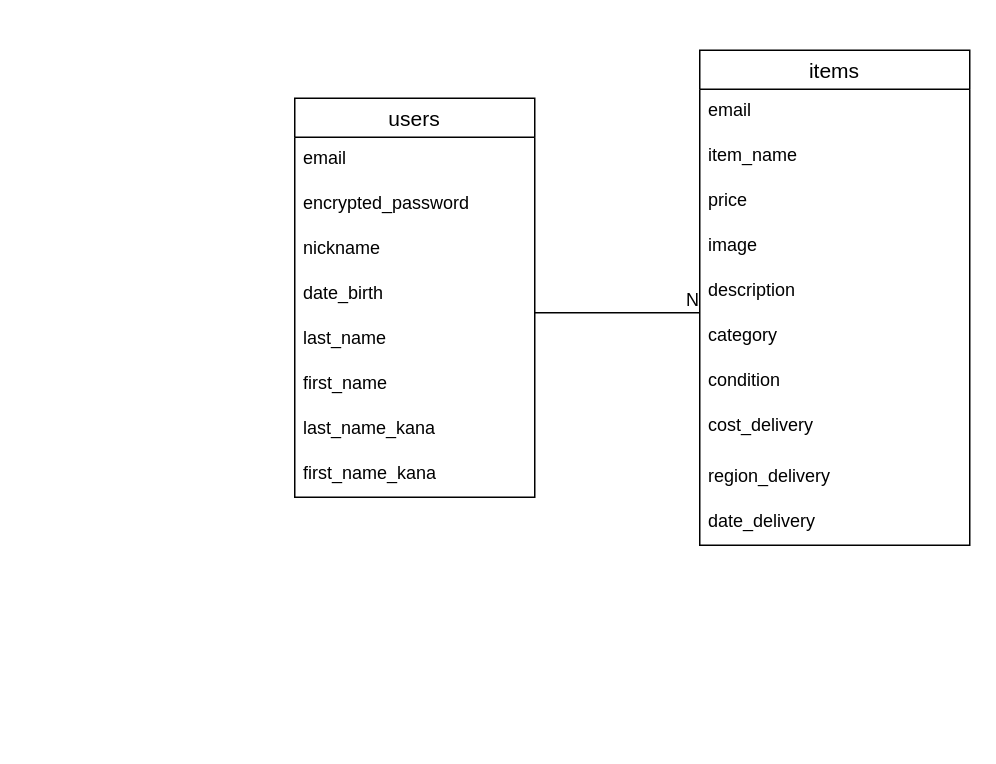
anrlll/furima keeps this draw.io diagram as frima.dio. Above is the earlier version. Source tidied: cells renumbered, new cells numbered last; positions are measured from the earlier drawing's top-left corner, leaving out a move shared by most shapes. Both pictures are drawn from the tidied source at 150%, with x=0, y=0 at pixel (294, 50).
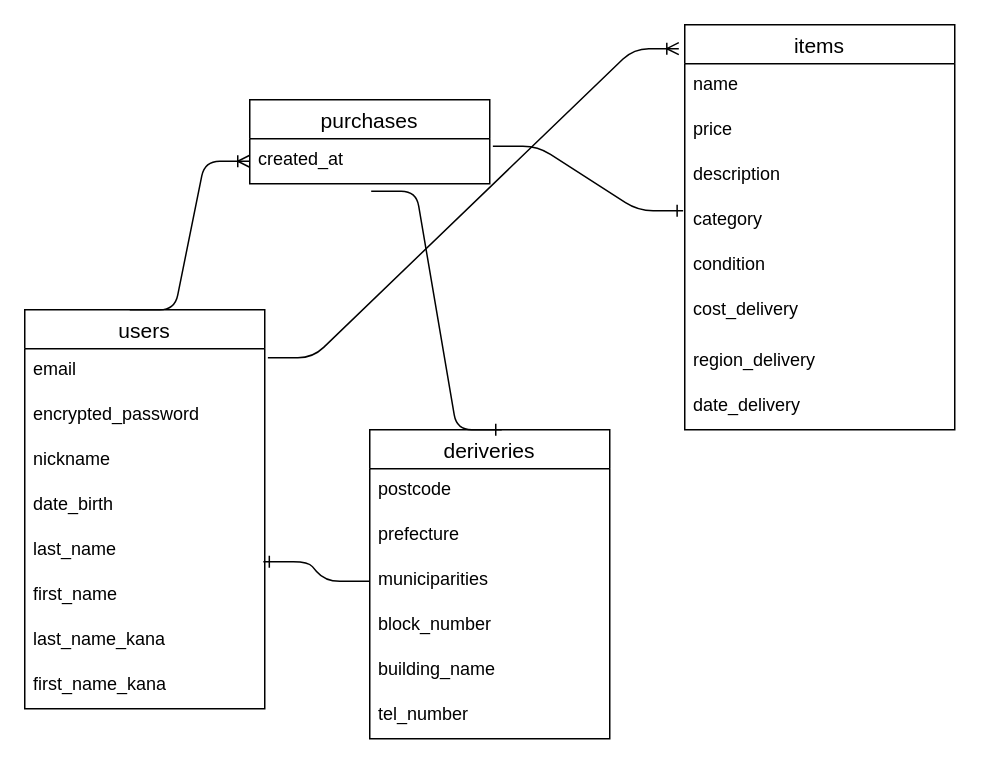
Above is the later version.

The change refers to these unchanged cells:
```xml
<mxCell id="3" value="email" style="text;strokeColor=none;fillColor=none;spacingLeft=4;spacingRight=4;overflow=hidden;points=[[0,0.5],[1,0.5]];portConstraint=eastwest;fontSize=12;" parent="2" vertex="1">
  <mxGeometry y="26" width="160" height="30" as="geometry" />
</mxCell>
<mxCell id="7" value="last_name" style="text;strokeColor=none;fillColor=none;spacingLeft=4;spacingRight=4;overflow=hidden;points=[[0,0.5],[1,0.5]];portConstraint=eastwest;fontSize=12;" parent="2" vertex="1">
  <mxGeometry y="146" width="160" height="30" as="geometry" />
</mxCell>
```

Change to the diagram source:
```diff
@@
     <mxCell id="2" value="users" style="swimlane;fontStyle=0;horizontal=1;startSize=26;align=center;fontSize=14;" parent="1" vertex="1">
-      <mxGeometry y="32" width="160" height="266" as="geometry" />
+      <mxGeometry x="-180" y="173" width="160" height="266" as="geometry" />
     </mxCell>
@@
     <mxCell id="11" value="items" style="swimlane;fontStyle=0;horizontal=1;startSize=26;align=center;fontSize=14;" parent="1" vertex="1">
-      <mxGeometry x="270" width="180" height="330" as="geometry" />
+      <mxGeometry x="260" y="-17" width="180" height="270" as="geometry" />
     </mxCell>
-    <mxCell id="12" value="email" style="text;strokeColor=none;fillColor=none;spacingLeft=4;spacingRight=4;overflow=hidden;fontSize=12;" parent="11" vertex="1">
+    <mxCell id="12" value="name" style="text;strokeColor=none;fillColor=none;spacingLeft=4;spacingRight=4;overflow=hidden;fontSize=12;" parent="11" vertex="1">
       <mxGeometry y="26" width="180" height="30" as="geometry" />
     </mxCell>
-    <mxCell id="13" value="item_name" style="text;strokeColor=none;fillColor=none;spacingLeft=4;spacingRight=4;overflow=hidden;fontSize=12;" parent="11" vertex="1">
-      <mxGeometry y="56" width="180" height="30" as="geometry" />
-    </mxCell>
     <mxCell id="14" value="price" style="text;strokeColor=none;fillColor=none;spacingLeft=4;spacingRight=4;overflow=hidden;fontSize=12;" parent="11" vertex="1">
-      <mxGeometry y="86" width="180" height="30" as="geometry" />
+      <mxGeometry y="56" width="180" height="30" as="geometry" />
     </mxCell>
-    <mxCell id="15" value="image" style="text;strokeColor=none;fillColor=none;spacingLeft=4;spacingRight=4;overflow=hidden;fontSize=12;" parent="11" vertex="1">
-      <mxGeometry y="116" width="180" height="30" as="geometry" />
-    </mxCell>
     <mxCell id="16" value="description" style="text;strokeColor=none;fillColor=none;spacingLeft=4;spacingRight=4;overflow=hidden;fontSize=12;" parent="11" vertex="1">
-      <mxGeometry y="146" width="180" height="30" as="geometry" />
+      <mxGeometry y="86" width="180" height="30" as="geometry" />
     </mxCell>
-    <mxCell id="17" style="endArrow=none;html=1;rounded=0;" parent="11" edge="1">
-      <mxGeometry relative="1" as="geometry">
-        <mxPoint x="-110" y="175" as="sourcePoint" />
-        <mxPoint y="175" as="targetPoint" />
-      </mxGeometry>
-    </mxCell>
-    <mxCell id="18" value="N" style="html=1;align=right;verticalAlign=bottom;" parent="17" vertex="1">
-      <mxGeometry x="1" relative="1" as="geometry" />
-    </mxCell>
     <mxCell id="19" value="category" style="text;strokeColor=none;fillColor=none;spacingLeft=4;spacingRight=4;overflow=hidden;points=[[0,0.5],[1,0.5]];portConstraint=eastwest;fontSize=12;" parent="11" vertex="1">
-      <mxGeometry y="176" width="180" height="30" as="geometry" />
+      <mxGeometry y="116" width="180" height="30" as="geometry" />
     </mxCell>
     <mxCell id="20" value="condition" style="text;strokeColor=none;fillColor=none;spacingLeft=4;spacingRight=4;overflow=hidden;fontSize=12;" parent="11" vertex="1">
-      <mxGeometry y="206" width="180" height="30" as="geometry" />
+      <mxGeometry y="146" width="180" height="30" as="geometry" />
     </mxCell>
     <mxCell id="21" value="cost_delivery" style="text;strokeColor=none;fillColor=none;spacingLeft=4;spacingRight=4;overflow=hidden;fontSize=12;" parent="11" vertex="1">
-      <mxGeometry y="236" width="180" height="34" as="geometry" />
+      <mxGeometry y="176" width="180" height="34" as="geometry" />
     </mxCell>
     <mxCell id="22" value="region_delivery" style="text;strokeColor=none;fillColor=none;spacingLeft=4;spacingRight=4;overflow=hidden;fontSize=12;" parent="11" vertex="1">
-      <mxGeometry y="270" width="180" height="30" as="geometry" />
+      <mxGeometry y="210" width="180" height="30" as="geometry" />
     </mxCell>
     <mxCell id="23" value="date_delivery" style="text;strokeColor=none;fillColor=none;spacingLeft=4;spacingRight=4;overflow=hidden;fontSize=12;" parent="11" vertex="1">
-      <mxGeometry y="300" width="180" height="30" as="geometry" />
+      <mxGeometry y="240" width="180" height="30" as="geometry" />
     </mxCell>
+    <mxCell id="24" value="purchases" style="swimlane;fontStyle=0;horizontal=1;startSize=26;align=center;fontSize=14;" parent="1" vertex="1">
+      <mxGeometry x="-30" y="33" width="160" height="56" as="geometry" />
+    </mxCell>
+    <mxCell id="25" value="created_at" style="text;strokeColor=none;fillColor=none;spacingLeft=4;spacingRight=4;overflow=hidden;points=[[0,0.5],[1,0.5]];portConstraint=eastwest;fontSize=12;" parent="24" vertex="1">
+      <mxGeometry y="26" width="160" height="30" as="geometry" />
+    </mxCell>
+    <mxCell id="26" value="deriveries" style="swimlane;fontStyle=0;horizontal=1;startSize=26;align=center;fontSize=14;" parent="1" vertex="1">
+      <mxGeometry x="50" y="253" width="160" height="206" as="geometry" />
+    </mxCell>
+    <mxCell id="27" value="postcode" style="text;strokeColor=none;fillColor=none;spacingLeft=4;spacingRight=4;overflow=hidden;fontSize=12;" parent="26" vertex="1">
+      <mxGeometry y="26" width="160" height="30" as="geometry" />
+    </mxCell>
+    <mxCell id="28" value="prefecture" style="text;strokeColor=none;fillColor=none;spacingLeft=4;spacingRight=4;overflow=hidden;fontSize=12;" parent="26" vertex="1">
+      <mxGeometry y="56" width="160" height="30" as="geometry" />
+    </mxCell>
+    <mxCell id="29" value="municiparities" style="text;strokeColor=none;fillColor=none;spacingLeft=4;spacingRight=4;overflow=hidden;points=[[0,0.5],[1,0.5]];portConstraint=eastwest;fontSize=12;" parent="26" vertex="1">
+      <mxGeometry y="86" width="160" height="30" as="geometry" />
+    </mxCell>
+    <mxCell id="30" value="block_number" style="text;strokeColor=none;fillColor=none;spacingLeft=4;spacingRight=4;overflow=hidden;fontSize=12;" parent="26" vertex="1">
+      <mxGeometry y="116" width="160" height="30" as="geometry" />
+    </mxCell>
+    <mxCell id="31" value="building_name" style="text;strokeColor=none;fillColor=none;spacingLeft=4;spacingRight=4;overflow=hidden;fontSize=12;" parent="26" vertex="1">
+      <mxGeometry y="146" width="160" height="30" as="geometry" />
+    </mxCell>
+    <mxCell id="32" value="tel_number" style="text;strokeColor=none;fillColor=none;spacingLeft=4;spacingRight=4;overflow=hidden;fontSize=12;" parent="26" vertex="1">
+      <mxGeometry y="176" width="160" height="30" as="geometry" />
+    </mxCell>
+    <mxCell id="33" style="edgeStyle=entityRelationEdgeStyle;fontSize=12;html=1;endArrow=ERoneToMany;entryX=0;entryY=0.5;entryDx=0;entryDy=0;" parent="1" edge="1" target="25">
+      <mxGeometry relative="1" as="geometry">
+        <mxPoint x="-110" y="173" as="sourcePoint" />
+      </mxGeometry>
+    </mxCell>
+    <mxCell id="34" style="edgeStyle=entityRelationEdgeStyle;fontSize=12;html=1;endArrow=ERoneToMany;entryX=-0.022;entryY=0.059;entryDx=0;entryDy=0;entryPerimeter=0;exitX=1.013;exitY=0.2;exitDx=0;exitDy=0;exitPerimeter=0;" parent="1" edge="1" source="3" target="11">
+      <mxGeometry relative="1" as="geometry" />
+    </mxCell>
+    <mxCell id="35" style="edgeStyle=entityRelationEdgeStyle;fontSize=12;html=1;endArrow=ERone;endFill=1;entryX=0.994;entryY=0.733;entryDx=0;entryDy=0;entryPerimeter=0;exitX=0;exitY=0.5;exitDx=0;exitDy=0;" parent="1" edge="1" source="29" target="7">
+      <mxGeometry relative="1" as="geometry" />
+    </mxCell>
+    <mxCell id="36" style="edgeStyle=entityRelationEdgeStyle;fontSize=12;html=1;endArrow=ERone;endFill=1;exitX=0.506;exitY=1.167;exitDx=0;exitDy=0;exitPerimeter=0;entryX=0.55;entryY=0;entryDx=0;entryDy=0;entryPerimeter=0;" parent="1" edge="1" source="25" target="26">
+      <mxGeometry relative="1" as="geometry" />
+    </mxCell>
+    <mxCell id="37" style="edgeStyle=entityRelationEdgeStyle;fontSize=12;html=1;endArrow=ERone;endFill=1;entryX=-0.006;entryY=0.267;entryDx=0;entryDy=0;entryPerimeter=0;exitX=1.013;exitY=0.167;exitDx=0;exitDy=0;exitPerimeter=0;" parent="1" edge="1" source="25" target="19">
+      <mxGeometry relative="1" as="geometry" />
+    </mxCell>
```
